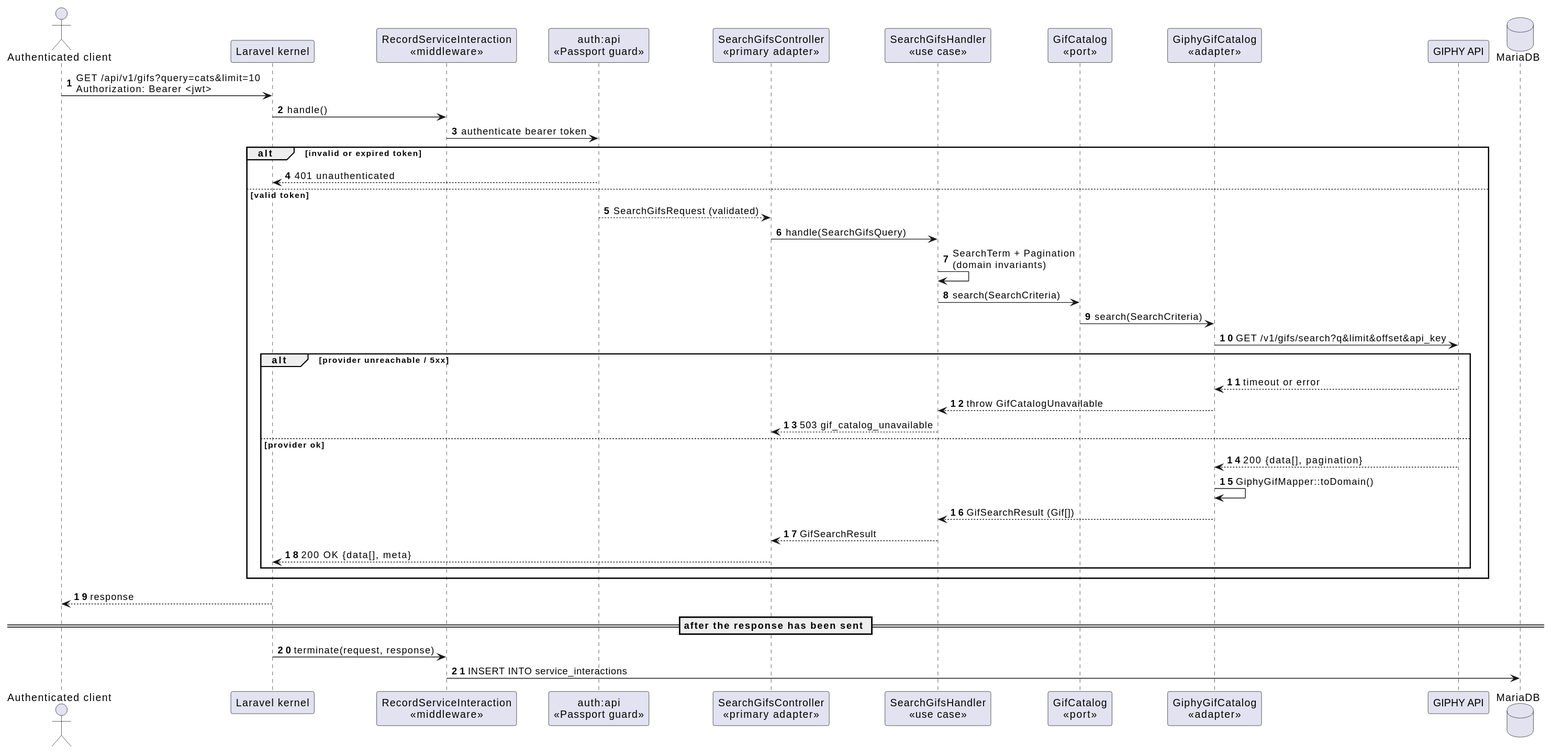
The PlantUML diagram docs/diagrams/sequence-search-gifs.svg in alexisrivero/challenge-prex, before a commit.
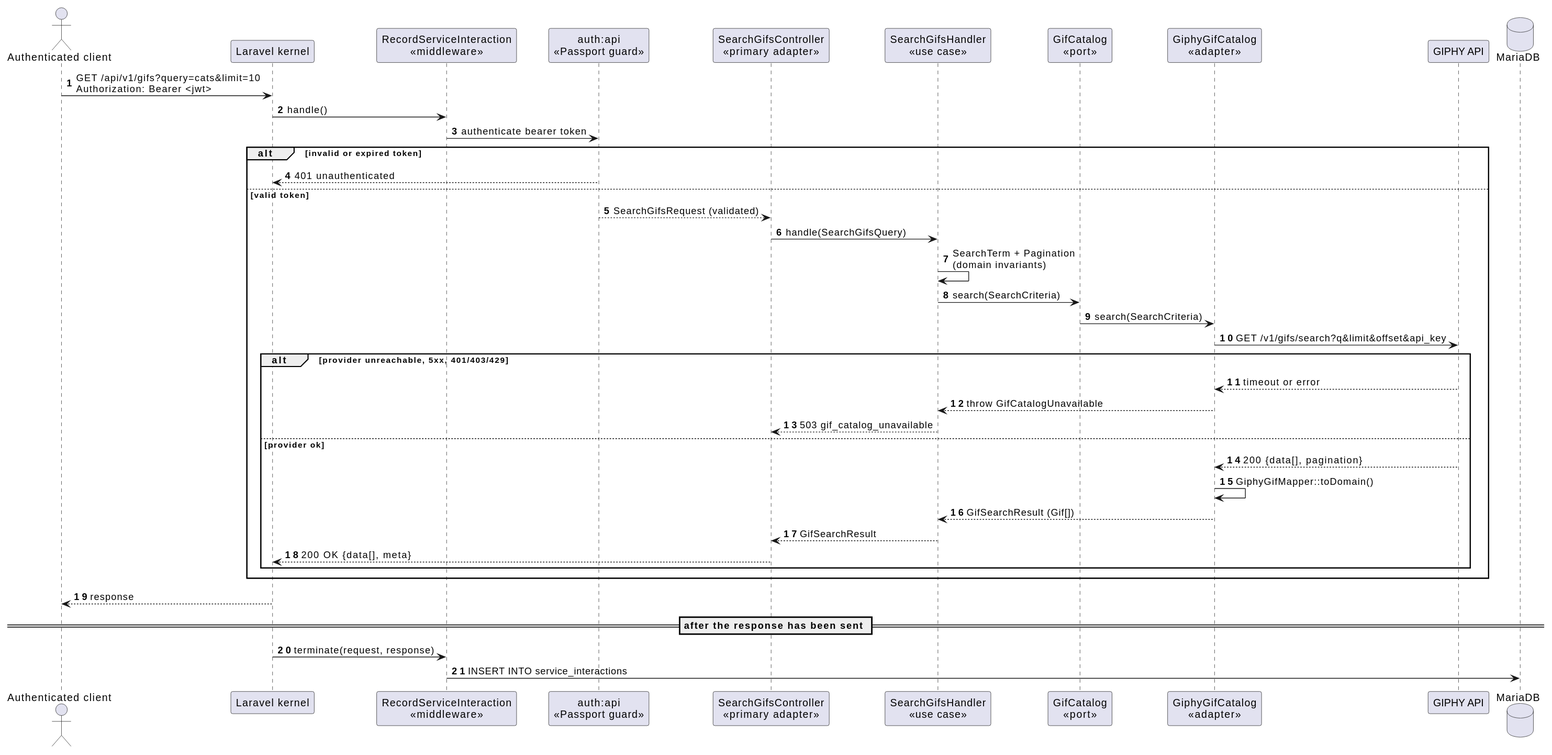
After the change.

Diff of the diagram source:
```diff
@@ -25,7 +25,7 @@
   Handler -> Port : search(SearchCriteria)
   Port -> Adapter : search(SearchCriteria)
   Adapter -> Giphy : GET /v1/gifs/search?q&limit&offset&api_key
-  alt provider unreachable / 5xx
+  alt provider unreachable, 5xx, 401/403/429
     Giphy --> Adapter : timeout or error
     Adapter --> Handler : throw GifCatalogUnavailable
     Handler --> Controller : 503 gif_catalog_unavailable
```
